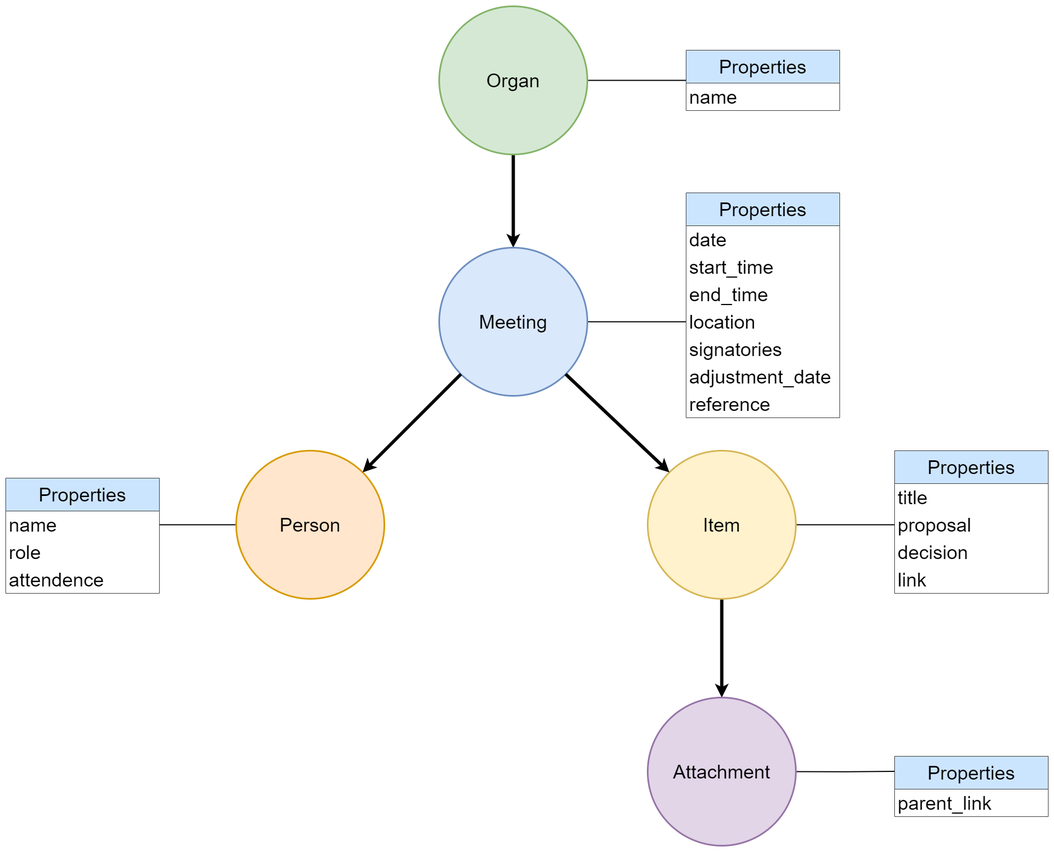
Earlier version of the draw.io export assets/knowledge_graph_schema.png (NoviaIntSysGroup/llm-data-extraction). Source tidied: cells renumbered, new cells last; positions are measured from the earlier drawing's top-left corner, leaving out a move shared by most shapes.
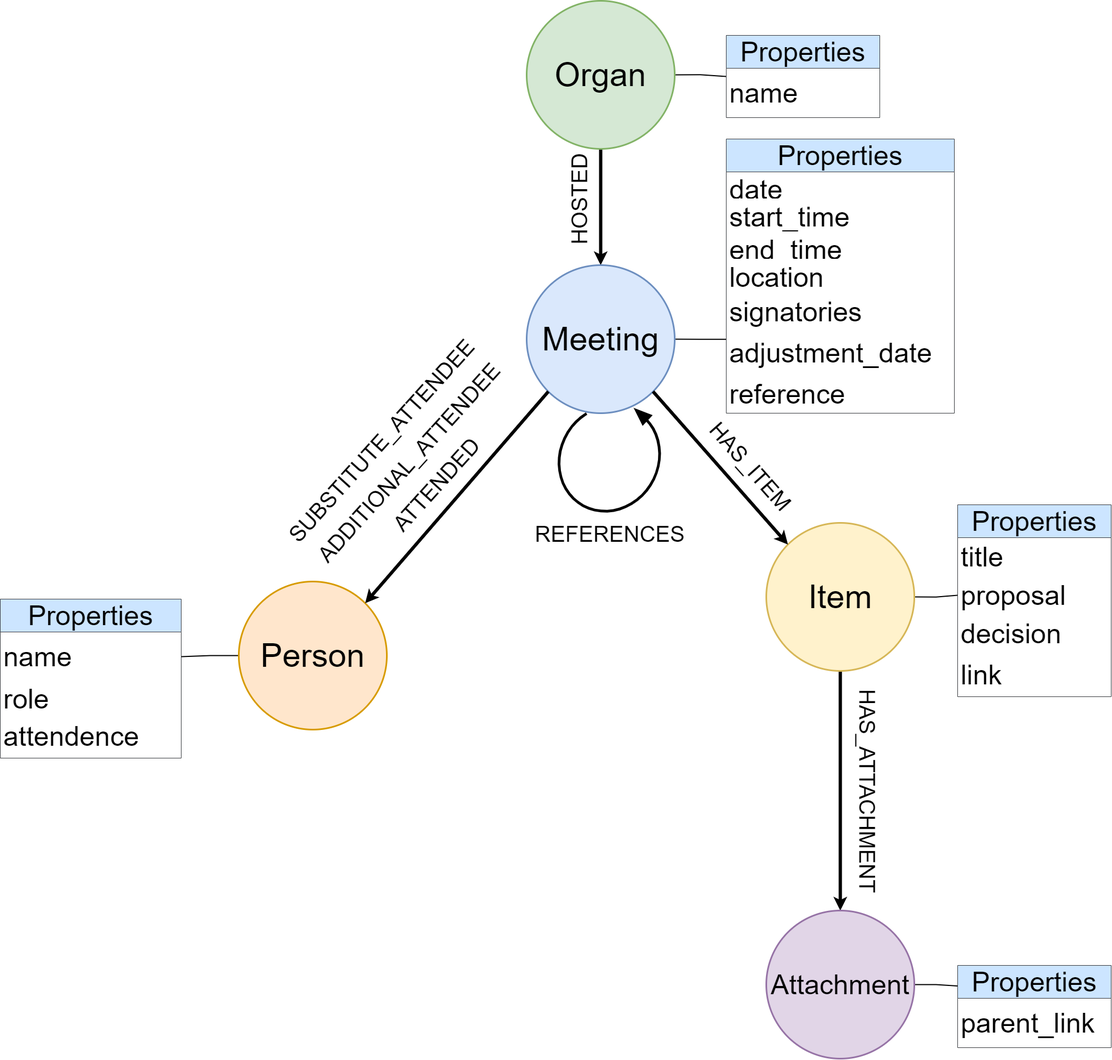
The same diagram one commit later.

Diff of the diagram source:
```diff
@@ -8,20 +8,20 @@
     <mxCell id="3" style="edgeStyle=orthogonalEdgeStyle;rounded=0;jettySize=auto;html=1;exitX=1;exitY=0.5;exitDx=0;exitDy=0;entryX=0;entryY=0.5;entryDx=0;entryDy=0;endArrow=none;endFill=0;strokeWidth=2;" parent="1" edge="1" source="4" target="16">
       <mxGeometry relative="1" as="geometry" />
     </mxCell>
-    <mxCell id="4" value="&lt;font style=&quot;font-size: 35px;&quot;&gt;Organ&lt;/font&gt;" style="ellipse;whiteSpace=wrap;html=1;strokeWidth=3;fillColor=#d5e8d4;strokeColor=#82b366;" parent="1" vertex="1">
-      <mxGeometry x="790" width="270" height="270" as="geometry" />
+    <mxCell id="4" value="&lt;font style=&quot;font-size: 60px;&quot;&gt;Organ&lt;/font&gt;" style="ellipse;whiteSpace=wrap;html=1;strokeWidth=3;fillColor=#d5e8d4;strokeColor=#82b366;fontSize=60;" parent="1" vertex="1">
+      <mxGeometry x="4020" y="96" width="270" height="270" as="geometry" />
     </mxCell>
-    <mxCell id="5" style="edgeStyle=orthogonalEdgeStyle;rounded=0;jettySize=auto;html=1;exitX=1;exitY=0.5;exitDx=0;exitDy=0;entryX=0;entryY=0.5;entryDx=0;entryDy=0;endArrow=none;endFill=0;strokeWidth=2;" parent="1" edge="1" source="6" target="22">
+    <mxCell id="5" style="edgeStyle=orthogonalEdgeStyle;rounded=0;jettySize=auto;html=1;exitX=1;exitY=0.5;exitDx=0;exitDy=0;entryX=0.021;entryY=0.19;entryDx=0;entryDy=0;endArrow=none;endFill=0;strokeWidth=2;entryPerimeter=0;" parent="1" edge="1" source="6" target="24">
       <mxGeometry relative="1" as="geometry" />
     </mxCell>
-    <mxCell id="6" value="&lt;font style=&quot;font-size: 35px;&quot;&gt;Meeting&lt;/font&gt;" style="ellipse;whiteSpace=wrap;html=1;strokeWidth=3;fillColor=#dae8fc;strokeColor=#6c8ebf;" parent="1" vertex="1">
-      <mxGeometry x="790" y="440" width="270" height="270" as="geometry" />
+    <mxCell id="6" value="&lt;font style=&quot;font-size: 60px;&quot;&gt;Meeting&lt;/font&gt;" style="ellipse;whiteSpace=wrap;html=1;strokeWidth=3;fillColor=#dae8fc;strokeColor=#6c8ebf;fontSize=60;" parent="1" vertex="1">
+      <mxGeometry x="4020" y="578" width="270" height="270" as="geometry" />
     </mxCell>
     <mxCell id="7" style="edgeStyle=orthogonalEdgeStyle;rounded=0;jettySize=auto;html=1;exitX=0;exitY=0.5;exitDx=0;exitDy=0;entryX=1;entryY=0.5;entryDx=0;entryDy=0;strokeWidth=2;endArrow=none;endFill=0;strokeColor=default;" parent="1" edge="1" source="8" target="27">
       <mxGeometry relative="1" as="geometry" />
     </mxCell>
-    <mxCell id="8" value="&lt;span style=&quot;font-size: 35px;&quot;&gt;Person&lt;/span&gt;" style="ellipse;whiteSpace=wrap;html=1;strokeWidth=3;fillColor=#ffe6cc;strokeColor=#d79b00;" parent="1" vertex="1">
-      <mxGeometry x="420" y="810" width="270" height="270" as="geometry" />
+    <mxCell id="8" value="&lt;span style=&quot;font-size: 60px;&quot;&gt;Person&lt;/span&gt;" style="ellipse;whiteSpace=wrap;html=1;strokeWidth=3;fillColor=#ffe6cc;strokeColor=#d79b00;fontSize=60;" parent="1" vertex="1">
+      <mxGeometry x="3495" y="1155" width="270" height="270" as="geometry" />
     </mxCell>
     <mxCell id="9" style="edgeStyle=orthogonalEdgeStyle;rounded=0;jettySize=auto;html=1;entryX=0.5;entryY=0;entryDx=0;entryDy=0;strokeWidth=6;" parent="1" edge="1" source="11" target="15">
       <mxGeometry relative="1" as="geometry" />
@@ -29,8 +29,8 @@
     <mxCell id="10" style="edgeStyle=orthogonalEdgeStyle;rounded=0;jettySize=auto;html=1;exitX=1;exitY=0.5;exitDx=0;exitDy=0;entryX=0;entryY=0.5;entryDx=0;entryDy=0;endArrow=none;endFill=0;strokeWidth=2;" parent="1" edge="1" source="11" target="32">
       <mxGeometry relative="1" as="geometry" />
     </mxCell>
-    <mxCell id="11" value="&lt;span style=&quot;font-size: 35px;&quot;&gt;Item&lt;/span&gt;" style="ellipse;whiteSpace=wrap;html=1;strokeWidth=3;fillColor=#fff2cc;strokeColor=#d6b656;" parent="1" vertex="1">
-      <mxGeometry x="1170" y="810" width="270" height="270" as="geometry" />
+    <mxCell id="11" value="&lt;span style=&quot;font-size: 60px;&quot;&gt;Item&lt;/span&gt;" style="ellipse;whiteSpace=wrap;html=1;strokeWidth=3;fillColor=#fff2cc;strokeColor=#d6b656;fontSize=60;" parent="1" vertex="1">
+      <mxGeometry x="4457" y="1048" width="270" height="270" as="geometry" />
     </mxCell>
     <mxCell id="12" style="endArrow=classic;html=1;rounded=0;strokeWidth=6;exitX=1;exitY=1;exitDx=0;exitDy=0;entryX=0;entryY=0;entryDx=0;entryDy=0;" parent="1" edge="1" source="6" target="11">
       <mxGeometry relative="1" as="geometry" />
@@ -41,71 +41,95 @@
     <mxCell id="14" style="edgeStyle=orthogonalEdgeStyle;rounded=0;jettySize=auto;html=1;exitX=1;exitY=0.5;exitDx=0;exitDy=0;entryX=0;entryY=0.25;entryDx=0;entryDy=0;endArrow=none;endFill=0;strokeWidth=2;" parent="1" edge="1" source="15" target="35">
       <mxGeometry relative="1" as="geometry" />
     </mxCell>
-    <mxCell id="15" value="&lt;span style=&quot;font-size: 35px;&quot;&gt;Attachment&lt;/span&gt;" style="ellipse;whiteSpace=wrap;html=1;strokeWidth=3;fillColor=#e1d5e7;strokeColor=#9673a6;" parent="1" vertex="1">
-      <mxGeometry x="1170" y="1260" width="270" height="270" as="geometry" />
+    <mxCell id="15" value="&lt;span style=&quot;font-size: 50px;&quot;&gt;Attachment&lt;/span&gt;" style="ellipse;whiteSpace=wrap;html=1;strokeWidth=3;fillColor=#e1d5e7;strokeColor=#9673a6;fontSize=50;" parent="1" vertex="1">
+      <mxGeometry x="4457" y="1755" width="270" height="270" as="geometry" />
     </mxCell>
-    <mxCell id="16" value="Properties" style="swimlane;fontStyle=0;horizontal=1;startSize=60;whiteSpace=wrap;html=1;swimlaneFillColor=default;fontSize=35;fillColor=#cce5ff;strokeColor=#36393d;" parent="1" vertex="1">
-      <mxGeometry x="1240" y="80" width="280" height="110" as="geometry" />
+    <mxCell id="16" value="Properties" style="swimlane;fontStyle=0;horizontal=1;startSize=60;whiteSpace=wrap;html=1;swimlaneFillColor=default;fontSize=50;fillColor=#cce5ff;strokeColor=#36393d;" parent="1" vertex="1">
+      <mxGeometry x="4384" y="159" width="280" height="150" as="geometry" />
     </mxCell>
-    <mxCell id="17" value="name" style="text;strokeColor=none;fillColor=none;align=left;verticalAlign=middle;spacingLeft=4;spacingRight=4;overflow=hidden;whiteSpace=wrap;html=1;fontSize=35;" parent="16" vertex="1">
-      <mxGeometry y="60" width="280" height="50" as="geometry" />
+    <mxCell id="17" value="name" style="text;strokeColor=none;fillColor=none;align=left;verticalAlign=middle;spacingLeft=4;spacingRight=4;overflow=hidden;whiteSpace=wrap;html=1;fontSize=50;" parent="16" vertex="1">
+      <mxGeometry y="60" width="280" height="90" as="geometry" />
     </mxCell>
-    <mxCell id="18" value="Properties" style="swimlane;fontStyle=0;horizontal=1;startSize=60;whiteSpace=wrap;html=1;swimlaneFillColor=default;fontSize=35;fillColor=#cce5ff;strokeColor=#36393d;" parent="1" vertex="1">
-      <mxGeometry x="1240" y="340" width="280" height="410" as="geometry" />
+    <mxCell id="18" value="Properties" style="swimlane;fontStyle=0;horizontal=1;startSize=60;whiteSpace=wrap;html=1;swimlaneFillColor=default;fontSize=50;fillColor=#cce5ff;strokeColor=#36393d;" parent="1" vertex="1">
+      <mxGeometry x="4384" y="348" width="416" height="500" as="geometry" />
     </mxCell>
-    <mxCell id="19" value="date" style="text;strokeColor=none;fillColor=none;align=left;verticalAlign=middle;spacingLeft=4;spacingRight=4;overflow=hidden;whiteSpace=wrap;html=1;fontSize=35;" parent="18" vertex="1">
-      <mxGeometry y="60" width="280" height="50" as="geometry" />
+    <mxCell id="19" value="date" style="text;strokeColor=none;fillColor=none;align=left;verticalAlign=middle;spacingLeft=4;spacingRight=4;overflow=hidden;whiteSpace=wrap;html=1;fontSize=50;" parent="18" vertex="1">
+      <mxGeometry y="60" width="416" height="50" as="geometry" />
     </mxCell>
-    <mxCell id="20" value="start_time" style="text;strokeColor=none;fillColor=none;align=left;verticalAlign=middle;spacingLeft=4;spacingRight=4;overflow=hidden;whiteSpace=wrap;html=1;fontSize=35;" parent="18" vertex="1">
-      <mxGeometry y="110" width="280" height="50" as="geometry" />
+    <mxCell id="20" value="start_time" style="text;strokeColor=none;fillColor=none;align=left;verticalAlign=middle;spacingLeft=4;spacingRight=4;overflow=hidden;whiteSpace=wrap;html=1;fontSize=50;" parent="18" vertex="1">
+      <mxGeometry y="110" width="416" height="60" as="geometry" />
     </mxCell>
-    <mxCell id="21" value="end_time" style="text;strokeColor=none;fillColor=none;align=left;verticalAlign=middle;spacingLeft=4;spacingRight=4;overflow=hidden;whiteSpace=wrap;html=1;fontSize=35;" parent="18" vertex="1">
-      <mxGeometry y="160" width="280" height="50" as="geometry" />
+    <mxCell id="21" value="end_time" style="text;strokeColor=none;fillColor=none;align=left;verticalAlign=middle;spacingLeft=4;spacingRight=4;overflow=hidden;whiteSpace=wrap;html=1;fontSize=50;" parent="18" vertex="1">
+      <mxGeometry y="170" width="416" height="50" as="geometry" />
     </mxCell>
-    <mxCell id="22" value="location" style="text;strokeColor=none;fillColor=none;align=left;verticalAlign=middle;spacingLeft=4;spacingRight=4;overflow=hidden;points=[[0,0.5],[1,0.5]];portConstraint=eastwest;whiteSpace=wrap;html=1;fontSize=35;" parent="18" vertex="1">
-      <mxGeometry y="210" width="280" height="50" as="geometry" />
+    <mxCell id="22" value="location" style="text;strokeColor=none;fillColor=none;align=left;verticalAlign=middle;spacingLeft=4;spacingRight=4;overflow=hidden;points=[[0,0.5],[1,0.5]];portConstraint=eastwest;whiteSpace=wrap;html=1;fontSize=50;" parent="18" vertex="1">
+      <mxGeometry y="220" width="416" height="60" as="geometry" />
     </mxCell>
-    <mxCell id="23" value="signatories" style="text;strokeColor=none;fillColor=none;align=left;verticalAlign=middle;spacingLeft=4;spacingRight=4;overflow=hidden;whiteSpace=wrap;html=1;fontSize=35;" parent="18" vertex="1">
-      <mxGeometry y="260" width="280" height="50" as="geometry" />
+    <mxCell id="23" value="signatories" style="text;strokeColor=none;fillColor=none;align=left;verticalAlign=middle;spacingLeft=4;spacingRight=4;overflow=hidden;whiteSpace=wrap;html=1;fontSize=50;" parent="18" vertex="1">
+      <mxGeometry y="280" width="416" height="70" as="geometry" />
     </mxCell>
-    <mxCell id="24" value="adjustment_date" style="text;strokeColor=none;fillColor=none;align=left;verticalAlign=middle;spacingLeft=4;spacingRight=4;overflow=hidden;points=[[0,0.5],[1,0.5]];portConstraint=eastwest;whiteSpace=wrap;html=1;fontSize=35;" parent="18" vertex="1">
-      <mxGeometry y="310" width="280" height="50" as="geometry" />
+    <mxCell id="24" value="adjustment_date" style="text;strokeColor=none;fillColor=none;align=left;verticalAlign=middle;spacingLeft=4;spacingRight=4;overflow=hidden;points=[[0,0.5],[1,0.5]];portConstraint=eastwest;whiteSpace=wrap;html=1;fontSize=50;" parent="18" vertex="1">
+      <mxGeometry y="350" width="416" height="80" as="geometry" />
     </mxCell>
-    <mxCell id="25" value="reference" style="text;strokeColor=none;fillColor=none;align=left;verticalAlign=middle;spacingLeft=4;spacingRight=4;overflow=hidden;whiteSpace=wrap;html=1;fontSize=35;" parent="18" vertex="1">
-      <mxGeometry y="360" width="280" height="50" as="geometry" />
+    <mxCell id="25" value="reference" style="text;strokeColor=none;fillColor=none;align=left;verticalAlign=middle;spacingLeft=4;spacingRight=4;overflow=hidden;whiteSpace=wrap;html=1;fontSize=50;" parent="18" vertex="1">
+      <mxGeometry y="430" width="416" height="70" as="geometry" />
     </mxCell>
-    <mxCell id="26" value="Properties" style="swimlane;fontStyle=0;horizontal=1;startSize=60;whiteSpace=wrap;html=1;swimlaneFillColor=default;fontSize=35;fillColor=#cce5ff;strokeColor=#36393d;" parent="1" vertex="1">
-      <mxGeometry y="860" width="280" height="210" as="geometry" />
+    <mxCell id="26" value="Properties" style="swimlane;fontStyle=0;horizontal=1;startSize=60;whiteSpace=wrap;html=1;swimlaneFillColor=default;fontSize=50;fillColor=#cce5ff;strokeColor=#36393d;" parent="1" vertex="1">
+      <mxGeometry x="3060" y="1187" width="330" height="290" as="geometry" />
     </mxCell>
-    <mxCell id="27" value="name" style="text;strokeColor=none;fillColor=none;align=left;verticalAlign=middle;spacingLeft=4;spacingRight=4;overflow=hidden;points=[[0,0.5],[1,0.5]];portConstraint=eastwest;whiteSpace=wrap;html=1;fontSize=35;" parent="26" vertex="1">
-      <mxGeometry y="60" width="280" height="50" as="geometry" />
+    <mxCell id="27" value="name" style="text;strokeColor=none;fillColor=none;align=left;verticalAlign=middle;spacingLeft=4;spacingRight=4;overflow=hidden;points=[[0,0.5],[1,0.5]];portConstraint=eastwest;whiteSpace=wrap;html=1;fontSize=50;" parent="26" vertex="1">
+      <mxGeometry y="60" width="330" height="90" as="geometry" />
     </mxCell>
-    <mxCell id="28" value="role" style="text;strokeColor=none;fillColor=none;align=left;verticalAlign=middle;spacingLeft=4;spacingRight=4;overflow=hidden;whiteSpace=wrap;html=1;fontSize=35;" parent="26" vertex="1">
-      <mxGeometry y="110" width="280" height="50" as="geometry" />
+    <mxCell id="28" value="role" style="text;strokeColor=none;fillColor=none;align=left;verticalAlign=middle;spacingLeft=4;spacingRight=4;overflow=hidden;whiteSpace=wrap;html=1;fontSize=50;" parent="26" vertex="1">
+      <mxGeometry y="150" width="330" height="60" as="geometry" />
     </mxCell>
-    <mxCell id="29" value="attendence" style="text;strokeColor=none;fillColor=none;align=left;verticalAlign=middle;spacingLeft=4;spacingRight=4;overflow=hidden;whiteSpace=wrap;html=1;fontSize=35;" parent="26" vertex="1">
-      <mxGeometry y="160" width="280" height="50" as="geometry" />
+    <mxCell id="29" value="attendence" style="text;strokeColor=none;fillColor=none;align=left;verticalAlign=middle;spacingLeft=4;spacingRight=4;overflow=hidden;whiteSpace=wrap;html=1;fontSize=50;" parent="26" vertex="1">
+      <mxGeometry y="210" width="330" height="80" as="geometry" />
     </mxCell>
-    <mxCell id="30" value="Properties" style="swimlane;fontStyle=0;horizontal=1;startSize=60;whiteSpace=wrap;html=1;swimlaneFillColor=default;fontSize=35;fillColor=#cce5ff;strokeColor=#36393d;" parent="1" vertex="1">
-      <mxGeometry x="1620" y="810" width="280" height="260" as="geometry" />
+    <mxCell id="30" value="Properties" style="swimlane;fontStyle=0;horizontal=1;startSize=60;whiteSpace=wrap;html=1;swimlaneFillColor=default;fontSize=50;fillColor=#cce5ff;strokeColor=#36393d;" parent="1" vertex="1">
+      <mxGeometry x="4806" y="1015" width="280" height="350" as="geometry" />
     </mxCell>
-    <mxCell id="31" value="title" style="text;strokeColor=none;fillColor=none;align=left;verticalAlign=middle;spacingLeft=4;spacingRight=4;overflow=hidden;whiteSpace=wrap;html=1;fontSize=35;" parent="30" vertex="1">
-      <mxGeometry y="60" width="280" height="50" as="geometry" />
+    <mxCell id="31" value="title" style="text;strokeColor=none;fillColor=none;align=left;verticalAlign=middle;spacingLeft=4;spacingRight=4;overflow=hidden;whiteSpace=wrap;html=1;fontSize=50;" parent="30" vertex="1">
+      <mxGeometry y="60" width="280" height="70" as="geometry" />
     </mxCell>
-    <mxCell id="32" value="proposal" style="text;strokeColor=none;fillColor=none;align=left;verticalAlign=middle;spacingLeft=4;spacingRight=4;overflow=hidden;points=[[0,0.5],[1,0.5]];portConstraint=eastwest;whiteSpace=wrap;html=1;fontSize=35;" parent="30" vertex="1">
-      <mxGeometry y="110" width="280" height="50" as="geometry" />
+    <mxCell id="32" value="proposal" style="text;strokeColor=none;fillColor=none;align=left;verticalAlign=middle;spacingLeft=4;spacingRight=4;overflow=hidden;points=[[0,0.5],[1,0.5]];portConstraint=eastwest;whiteSpace=wrap;html=1;fontSize=50;" parent="30" vertex="1">
+      <mxGeometry y="130" width="280" height="70" as="geometry" />
     </mxCell>
-    <mxCell id="33" value="decision" style="text;strokeColor=none;fillColor=none;align=left;verticalAlign=middle;spacingLeft=4;spacingRight=4;overflow=hidden;whiteSpace=wrap;html=1;fontSize=35;" parent="30" vertex="1">
-      <mxGeometry y="160" width="280" height="50" as="geometry" />
+    <mxCell id="33" value="decision" style="text;strokeColor=none;fillColor=none;align=left;verticalAlign=middle;spacingLeft=4;spacingRight=4;overflow=hidden;whiteSpace=wrap;html=1;fontSize=50;" parent="30" vertex="1">
+      <mxGeometry y="200" width="280" height="70" as="geometry" />
     </mxCell>
-    <mxCell id="34" value="link" style="text;strokeColor=none;fillColor=none;align=left;verticalAlign=middle;spacingLeft=4;spacingRight=4;overflow=hidden;whiteSpace=wrap;html=1;fontSize=35;" parent="30" vertex="1">
-      <mxGeometry y="210" width="280" height="50" as="geometry" />
+    <mxCell id="34" value="link" style="text;strokeColor=none;fillColor=none;align=left;verticalAlign=middle;spacingLeft=4;spacingRight=4;overflow=hidden;whiteSpace=wrap;html=1;fontSize=50;" parent="30" vertex="1">
+      <mxGeometry y="270" width="280" height="80" as="geometry" />
     </mxCell>
-    <mxCell id="35" value="Properties" style="swimlane;fontStyle=0;horizontal=1;startSize=60;whiteSpace=wrap;html=1;swimlaneFillColor=default;fontSize=35;fillColor=#cce5ff;strokeColor=#36393d;" parent="1" vertex="1">
-      <mxGeometry x="1620" y="1367" width="280" height="110" as="geometry" />
+    <mxCell id="35" value="Properties" style="swimlane;fontStyle=0;horizontal=1;startSize=60;whiteSpace=wrap;html=1;swimlaneFillColor=default;fontSize=50;fillColor=#cce5ff;strokeColor=#36393d;" parent="1" vertex="1">
+      <mxGeometry x="4806" y="1855" width="280" height="150" as="geometry" />
     </mxCell>
-    <mxCell id="36" value="parent_link" style="text;strokeColor=none;fillColor=none;align=left;verticalAlign=middle;spacingLeft=4;spacingRight=4;overflow=hidden;whiteSpace=wrap;html=1;fontSize=35;" parent="35" vertex="1">
-      <mxGeometry y="60" width="280" height="50" as="geometry" />
+    <mxCell id="36" value="parent_link" style="text;strokeColor=none;fillColor=none;align=left;verticalAlign=middle;spacingLeft=4;spacingRight=4;overflow=hidden;whiteSpace=wrap;html=1;fontSize=50;" parent="35" vertex="1">
+      <mxGeometry y="60" width="280" height="90" as="geometry" />
     </mxCell>
+    <mxCell id="37" value="&lt;font style=&quot;font-size: 40px;&quot;&gt;HOSTED&lt;/font&gt;" style="text;html=1;strokeColor=none;fillColor=none;align=center;verticalAlign=middle;whiteSpace=wrap;rounded=0;fontSize=40;rotation=-90;" parent="1" vertex="1">
+      <mxGeometry x="3880" y="380" width="470" height="155" as="geometry" />
+    </mxCell>
+    <mxCell id="38" value="&lt;font style=&quot;font-size: 40px;&quot;&gt;ATTENDED&lt;br&gt;&lt;/font&gt;" style="text;html=1;strokeColor=none;fillColor=none;align=center;verticalAlign=middle;whiteSpace=wrap;rounded=0;fontSize=40;rotation=-47.9;" parent="1" vertex="1">
+      <mxGeometry x="3620" y="900" width="470" height="155" as="geometry" />
+    </mxCell>
+    <mxCell id="39" value="&lt;font style=&quot;font-size: 40px;&quot;&gt;ADDITIONAL_ATTENDEE&lt;br&gt;&lt;/font&gt;" style="text;html=1;strokeColor=none;fillColor=none;align=center;verticalAlign=middle;whiteSpace=wrap;rounded=0;fontSize=40;rotation=-47.9;" parent="1" vertex="1">
+      <mxGeometry x="3570" y="860" width="470" height="155" as="geometry" />
+    </mxCell>
+    <mxCell id="40" value="&lt;font style=&quot;font-size: 40px;&quot;&gt;SUBSTITUTE_ATTENDEE&lt;br&gt;&lt;/font&gt;" style="text;html=1;strokeColor=none;fillColor=none;align=center;verticalAlign=middle;whiteSpace=wrap;rounded=0;fontSize=40;rotation=-47.9;" parent="1" vertex="1">
+      <mxGeometry x="3520" y="820" width="470" height="155" as="geometry" />
+    </mxCell>
+    <mxCell id="41" value="&lt;font style=&quot;font-size: 40px;&quot;&gt;HAS_ITEM&lt;br&gt;&lt;/font&gt;" style="text;html=1;strokeColor=none;fillColor=none;align=center;verticalAlign=middle;whiteSpace=wrap;rounded=0;fontSize=40;rotation=48.4;" parent="1" vertex="1">
+      <mxGeometry x="4194" y="867.5" width="470" height="155" as="geometry" />
+    </mxCell>
+    <mxCell id="42" value="&lt;font style=&quot;font-size: 40px;&quot;&gt;HAS_ATTACHMENT&lt;br&gt;&lt;/font&gt;" style="text;html=1;strokeColor=none;fillColor=none;align=center;verticalAlign=middle;whiteSpace=wrap;rounded=0;fontSize=40;rotation=90;" parent="1" vertex="1">
+      <mxGeometry x="4407" y="1460" width="470" height="155" as="geometry" />
+    </mxCell>
+    <mxCell id="43" style="verticalLabelPosition=bottom;html=1;verticalAlign=top;strokeWidth=5;shape=mxgraph.lean_mapping.physical_pull;rotation=-60;fillStyle=solid;gradientColor=default;fillColor=#000000;" parent="1" vertex="1">
+      <mxGeometry x="4070" y="838" width="204" height="180" as="geometry" />
+    </mxCell>
+    <mxCell id="44" value="&lt;font style=&quot;font-size: 40px;&quot;&gt;REFERENCES&lt;br&gt;&lt;/font&gt;" style="text;html=1;strokeColor=none;fillColor=none;align=center;verticalAlign=middle;whiteSpace=wrap;rounded=0;fontSize=40;rotation=0;" parent="1" vertex="1">
+      <mxGeometry x="3937" y="990" width="470" height="155" as="geometry" />
+    </mxCell>
   </root>
 </mxGraphModel>
```
